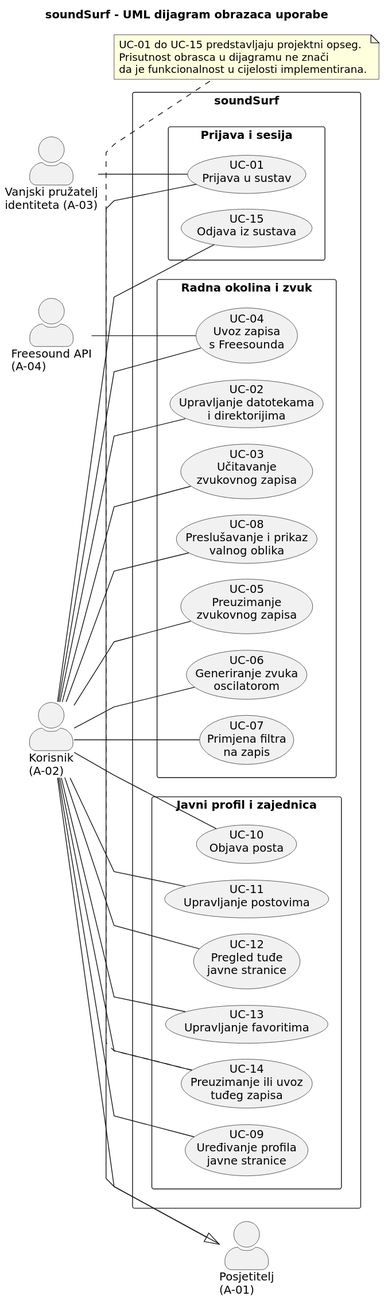
This is docs/assets/diagrams/3-1-soundsurf-obrasci-uporabe.svg from TomaPetrusic/soundSurf, a PlantUML export, as it was before one commit. The source it was exported from:
```plantuml
@startuml
left to right direction
skinparam shadowing false
skinparam defaultFontName "DejaVu Sans"
skinparam linetype polyline
skinparam packageStyle rectangle
skinparam actorStyle awesome
skinparam nodesep 20
skinparam ranksep 20

title soundSurf - UML dijagram obrazaca uporabe

actor "Posjetitelj\n(A-01)" as Visitor
actor "Korisnik\n(A-02)" as User
actor "Vanjski pružatelj\nidentiteta (A-03)" as Identity
actor "Freesound API\n(A-04)" as Freesound

User --|> Visitor

rectangle "soundSurf" {

  package "Prijava i sesija" {
    usecase "UC-01\nPrijava u sustav" as UC01
    usecase "UC-15\nOdjava iz sustava" as UC15
  }

  package "Radna okolina i zvuk" {
    usecase "UC-02\nUpravljanje datotekama\ni direktorijima" as UC02
    usecase "UC-03\nUčitavanje\nzvukovnog zapisa" as UC03
    usecase "UC-04\nUvoz zapisa\ns Freesounda" as UC04
    usecase "UC-05\nPreuzimanje\nzvukovnog zapisa" as UC05
    usecase "UC-06\nGeneriranje zvuka\noscilatorom" as UC06
    usecase "UC-07\nPrimjena filtra\nna zapis" as UC07
    usecase "UC-08\nPreslušavanje i prikaz\nvalnog oblika" as UC08
  }

  package "Javni profil i zajednica" {
    usecase "UC-09\nUređivanje profila\njavne stranice" as UC09
    usecase "UC-10\nObjava posta" as UC10
    usecase "UC-11\nUpravljanje postovima" as UC11
    usecase "UC-12\nPregled tuđe\njavne stranice" as UC12
    usecase "UC-13\nUpravljanje favoritima" as UC13
    usecase "UC-14\nPreuzimanje ili uvoz\ntuđeg zapisa" as UC14
  }
}

Visitor -- UC01
Identity -- UC01

User -- UC02
User -- UC03
User -- UC04
User -- UC05
User -- UC06
User -- UC07
User -- UC08
User -- UC09
User -- UC10
User -- UC11
User -- UC12
User -- UC13
User -- UC14
User -- UC15

Freesound -- UC04

note bottom of UC14
  UC-01 do UC-15 predstavljaju projektni opseg.
  Prisutnost obrasca u dijagramu ne znači
  da je funkcionalnost u cijelosti implementirana.
end note
@enduml
```
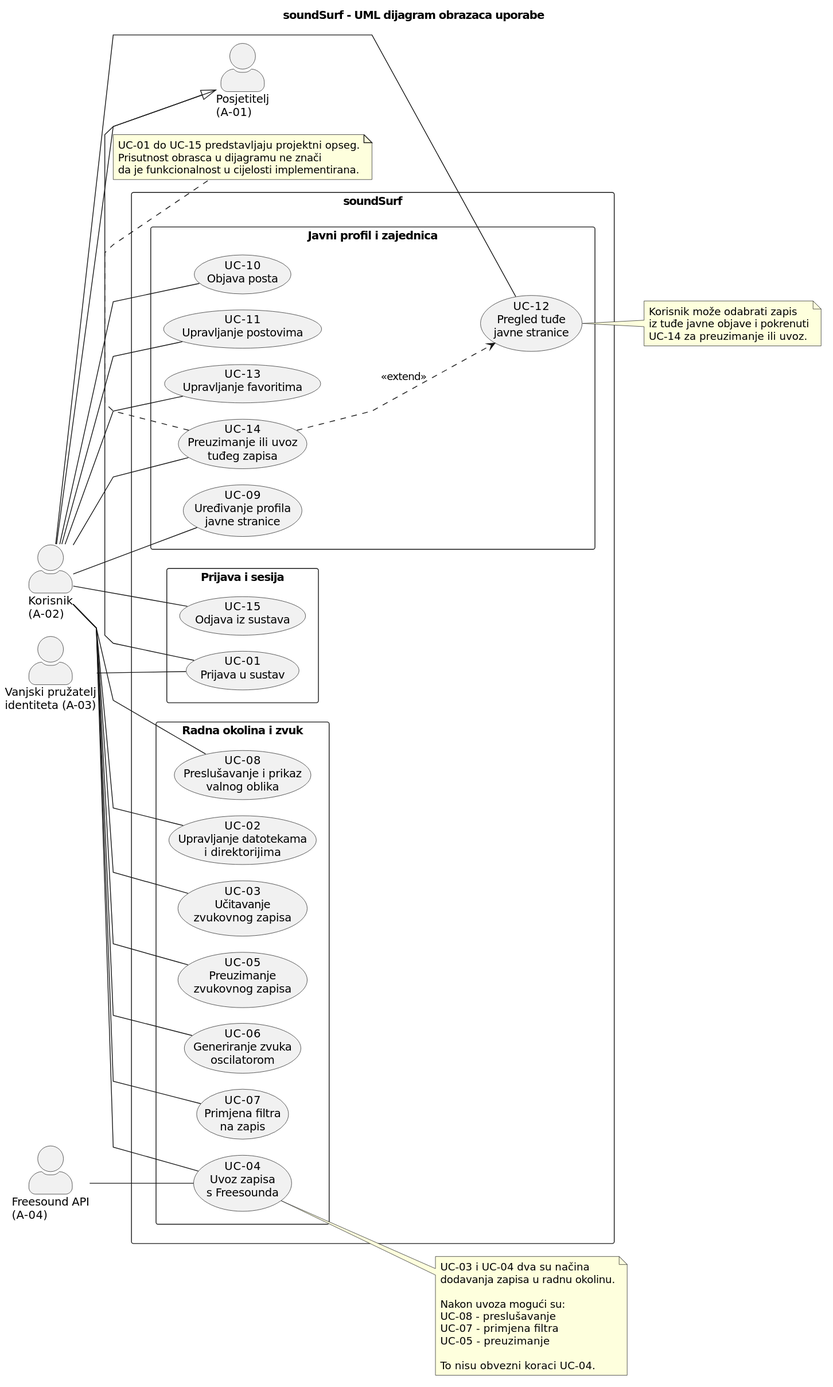
Above is the later version.

Commit message:
UC ovisnosti i UML odnosi unutar 3) Obrasci uporabe.

What changed in the source:
```diff
@@ -69,4 +69,27 @@
   Prisutnost obrasca u dijagramu ne znači
   da je funkcionalnost u cijelosti implementirana.
 end note
+
+
+
+UC14 ..> UC12 : <<extend>>
+
+
+note right of UC04
+  UC-03 i UC-04 dva su načina
+  dodavanja zapisa u radnu okolinu.
+
+  Nakon uvoza mogući su:
+  UC-08 - preslušavanje
+  UC-07 - primjena filtra
+  UC-05 - preuzimanje
+
+  To nisu obvezni koraci UC-04.
+end note
+
+note right of UC12
+  Korisnik može odabrati zapis
+  iz tuđe javne objave i pokrenuti
+  UC-14 za preuzimanje ili uvoz.
+end note
 @enduml
```
